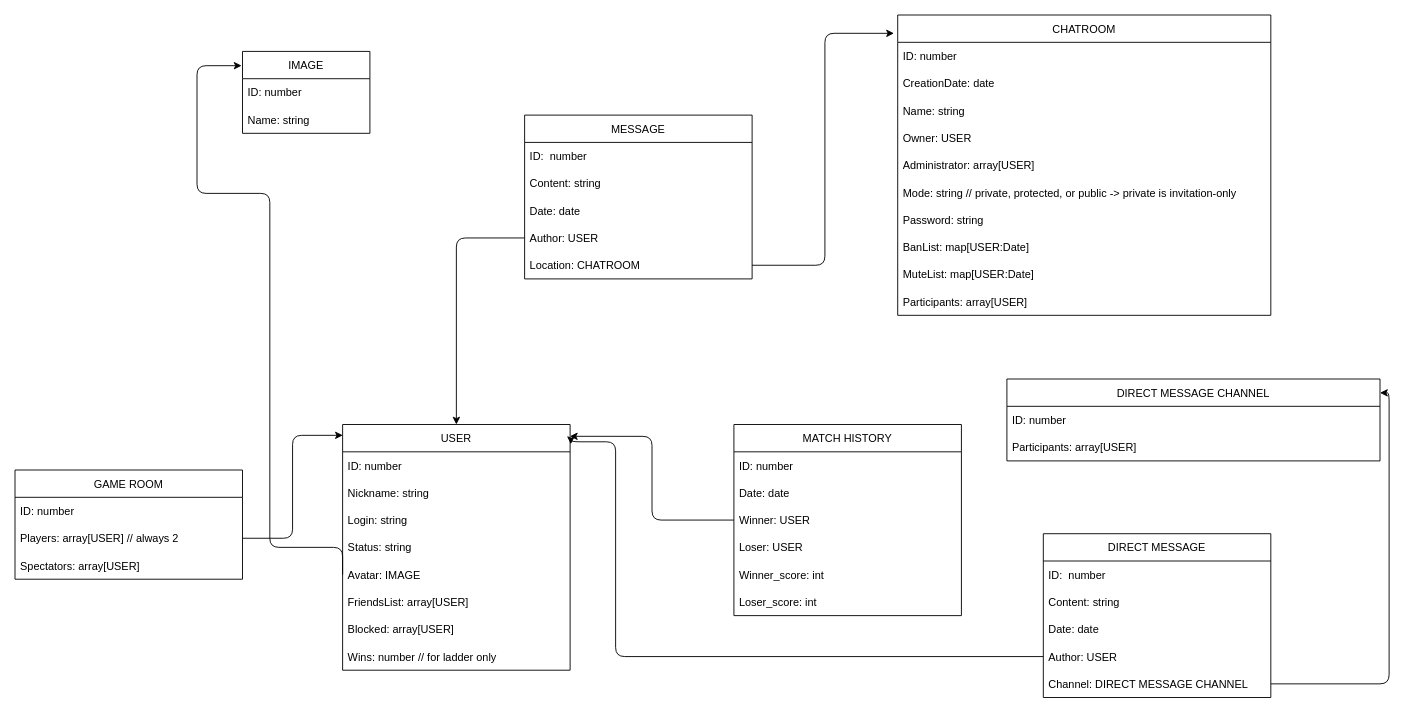
The draw.io diagram data_model_v0.drawio in ababoum/ft_transcendence, before the edit. Source tidied: cells renumbered, new cells numbered last; positions are measured from the earlier drawing's top-left corner, leaving out a move shared by most shapes. Both pictures are drawn from the tidied source at 91%, with x=0, y=0 at pixel (15, 15).
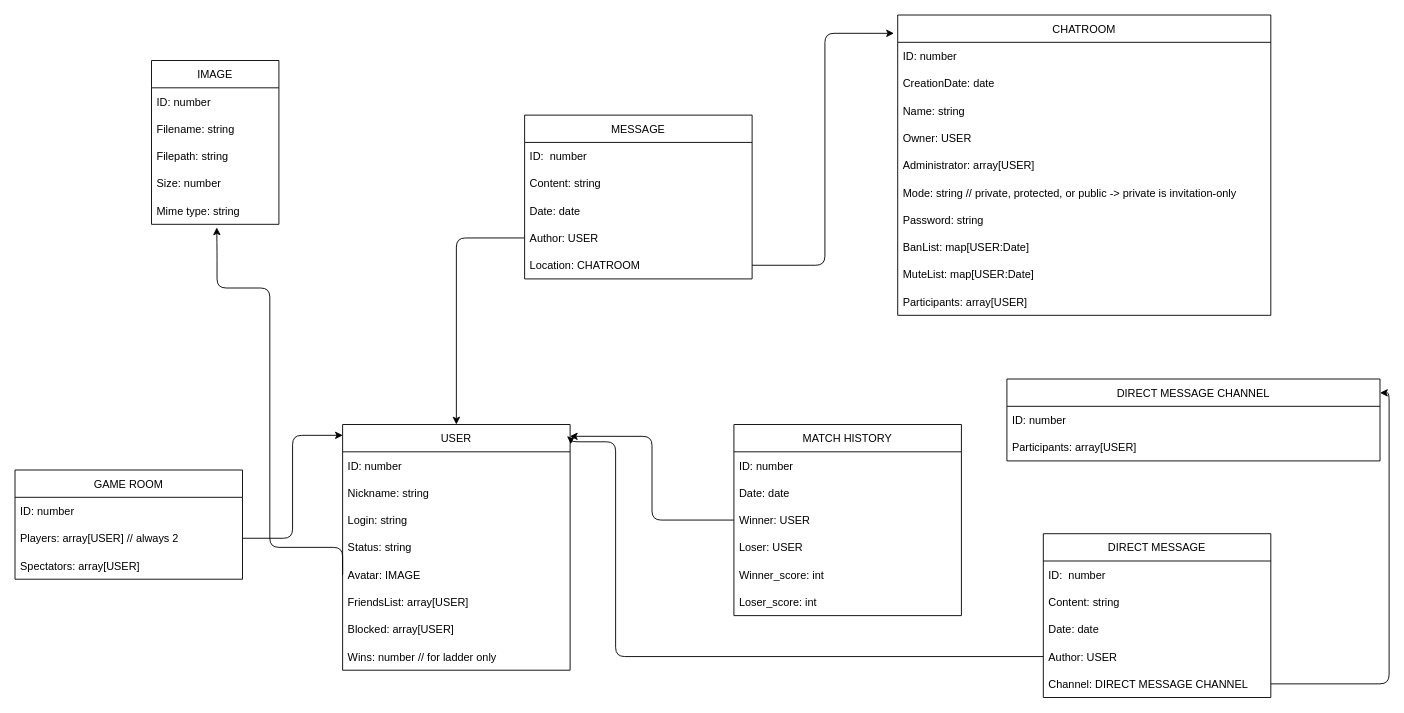
The same diagram, later.

Unchanged cells that the change refers to:
```xml
<mxCell id="7" value="Avatar: IMAGE" style="text;strokeColor=none;fillColor=none;align=left;verticalAlign=middle;spacingLeft=4;spacingRight=4;overflow=hidden;points=[[0,0.5],[1,0.5]];portConstraint=eastwest;" parent="2" vertex="1">
  <mxGeometry y="150" width="250" height="30" as="geometry" />
</mxCell>
```

Change to the diagram source:
```diff
@@
     <mxCell id="11" value="IMAGE" style="swimlane;fontStyle=0;horizontal=1;startSize=30;" parent="1" vertex="1">
-      <mxGeometry x="250" y="40" width="140" height="90" as="geometry" />
+      <mxGeometry x="150" y="50" width="140" height="180" as="geometry" />
     </mxCell>
@@
-    <mxCell id="13" value="Name: string" style="text;strokeColor=none;fillColor=none;align=left;verticalAlign=middle;spacingLeft=4;spacingRight=4;overflow=hidden;" parent="11" vertex="1">
+    <mxCell id="13" value="Filename: string" style="text;strokeColor=none;fillColor=none;align=left;verticalAlign=middle;spacingLeft=4;spacingRight=4;overflow=hidden;" parent="11" vertex="1">
       <mxGeometry y="60" width="140" height="30" as="geometry" />
     </mxCell>
+    <mxCell id="58" value="Filepath: string" style="text;strokeColor=none;fillColor=none;align=left;verticalAlign=middle;spacingLeft=4;spacingRight=4;overflow=hidden;" parent="11" vertex="1">
+      <mxGeometry y="90" width="140" height="30" as="geometry" />
+    </mxCell>
+    <mxCell id="59" value="Size: number" style="text;strokeColor=none;fillColor=none;align=left;verticalAlign=middle;spacingLeft=4;spacingRight=4;overflow=hidden;" parent="11" vertex="1">
+      <mxGeometry y="120" width="140" height="30" as="geometry" />
+    </mxCell>
+    <mxCell id="60" value="Mime type: string" style="text;strokeColor=none;fillColor=none;align=left;verticalAlign=middle;spacingLeft=4;spacingRight=4;overflow=hidden;points=[[0,0.5],[1,0.5]];portConstraint=eastwest;" parent="11" vertex="1">
+      <mxGeometry y="150" width="140" height="30" as="geometry" />
+    </mxCell>
-    <mxCell id="14" style="edgeStyle=orthogonalEdgeStyle;html=1;entryX=-0.007;entryY=0.174;entryDx=0;entryDy=0;exitX=0;exitY=0.5;exitDx=0;exitDy=0;entryPerimeter=0;" parent="1" edge="1" source="7" target="11">
+    <mxCell id="14" style="edgeStyle=orthogonalEdgeStyle;html=1;exitX=0;exitY=0.5;exitDx=0;exitDy=0;entryX=0.512;entryY=1.114;entryDx=0;entryDy=0;entryPerimeter=0;" parent="1" edge="1" source="7" target="60">
       <mxGeometry relative="1" as="geometry">
         <Array as="points">
+          <mxPoint x="360" y="585" />
           <mxPoint x="280" y="585" />
-          <mxPoint x="280" y="196" />
-          <mxPoint x="200" y="196" />
-          <mxPoint x="200" y="56" />
+          <mxPoint x="280" y="300" />
+          <mxPoint x="222" y="300" />
+          <mxPoint x="222" y="260" />
         </Array>
       </mxGeometry>
     </mxCell>
```
